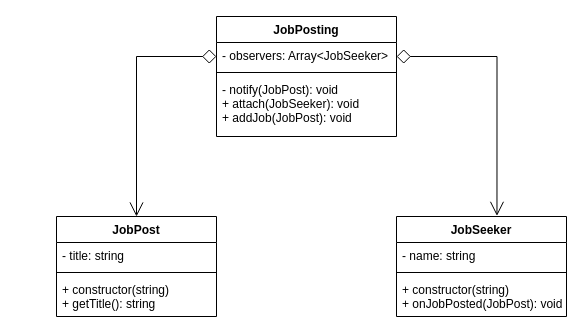
Kazantip94/Patern keeps this draw.io diagram as Behavioral/Observer/observer.drawio. Above is the earlier version. Source tidied: cells renumbered, new cells numbered last; positions are measured from the earlier drawing's top-left corner, leaving out a move shared by most shapes. Both pictures are drawn from the tidied source at 100%, with x=0, y=0 at pixel (56, 16).
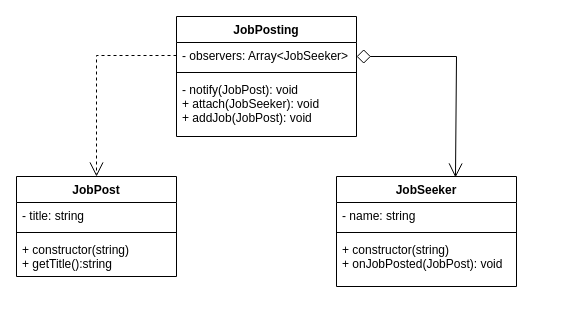
After the change.

Commit message (it also covers changes not shown here):
fix observer patern

The edit, as a diff of the source:
```diff
@@
 <mxGraphModel>
   <root>
     <mxCell id="0" />
     <mxCell id="1" parent="0" />
-    <mxCell id="2" style="edgeStyle=orthogonalEdgeStyle;rounded=0;jettySize=auto;html=1;entryX=0.591;entryY=-0.006;entryDx=0;entryDy=0;entryPerimeter=0;startArrow=diamond;startFill=0;endArrow=open;endFill=0;startSize=12;endSize=12;" parent="1" edge="1" source="4" target="12">
+    <mxCell id="2" style="edgeStyle=orthogonalEdgeStyle;rounded=0;jettySize=auto;html=1;startArrow=diamond;startFill=0;endArrow=open;endFill=0;startSize=12;endSize=12;entryX=0.661;entryY=0.009;entryDx=0;entryDy=0;entryPerimeter=0;" parent="1" edge="1" source="4" target="12">
       <mxGeometry relative="1" as="geometry">
         <Array as="points">
-          <mxPoint x="441" y="40" />
+          <mxPoint x="400" y="40" />
         </Array>
       </mxGeometry>
     </mxCell>
-    <mxCell id="3" style="edgeStyle=orthogonalEdgeStyle;rounded=0;jettySize=auto;html=1;entryX=0.5;entryY=0;entryDx=0;entryDy=0;startArrow=diamond;startFill=0;endArrow=open;endFill=0;startSize=12;endSize=12;" parent="1" edge="1" source="4" target="8">
-      <mxGeometry relative="1" as="geometry">
-        <Array as="points">
-          <mxPoint x="80" y="40" />
-        </Array>
-      </mxGeometry>
-    </mxCell>
     <mxCell id="4" value="JobPosting" style="swimlane;fontStyle=1;align=center;verticalAlign=top;horizontal=1;startSize=26;" parent="1" vertex="1">
-      <mxGeometry x="160" width="180" height="120" as="geometry" />
+      <mxGeometry x="120" width="180" height="120" as="geometry" />
     </mxCell>
     <mxCell id="5" value="- observers: Array&lt;JobSeeker&gt;" style="text;strokeColor=none;fillColor=none;align=left;verticalAlign=top;spacingLeft=4;spacingRight=4;overflow=hidden;points=[[0,0.5],[1,0.5]];portConstraint=eastwest;" parent="4" vertex="1">
       <mxGeometry y="26" width="180" height="26" as="geometry" />
     </mxCell>
-    <mxCell id="6" style="line;strokeWidth=1;fillColor=none;align=left;verticalAlign=middle;spacingTop=-1;spacingLeft=3;spacingRight=3;labelPosition=right;" parent="4" vertex="1">
-      <mxGeometry y="52" width="180" height="8" as="geometry" />
-    </mxCell>
+    <mxCell id="16" style="line;strokeWidth=1;fillColor=none;align=left;verticalAlign=middle;spacingTop=-1;spacingLeft=3;spacingRight=3;labelPosition=right;" parent="4" vertex="1">
+      <mxGeometry y="52" width="180" height="8" as="geometry" />
+    </mxCell>
     <mxCell id="7" value="- notify(JobPost): void&#10;+ attach(JobSeeker): void&#10;+ addJob(JobPost): void" style="text;strokeColor=none;fillColor=none;align=left;verticalAlign=top;spacingLeft=4;spacingRight=4;overflow=hidden;" parent="4" vertex="1">
       <mxGeometry y="60" width="180" height="60" as="geometry" />
     </mxCell>
     <mxCell id="8" value="JobPost" style="swimlane;fontStyle=1;align=center;verticalAlign=top;horizontal=1;startSize=26;" parent="1" vertex="1">
-      <mxGeometry y="200" width="160" height="100" as="geometry" />
+      <mxGeometry x="-40" y="160" width="160" height="100" as="geometry" />
     </mxCell>
     <mxCell id="9" value="- title: string" style="text;strokeColor=none;fillColor=none;align=left;verticalAlign=top;spacingLeft=4;spacingRight=4;overflow=hidden;" parent="8" vertex="1">
       <mxGeometry y="26" width="160" height="26" as="geometry" />
     </mxCell>
     <mxCell id="10" style="line;strokeWidth=1;fillColor=none;align=left;verticalAlign=middle;spacingTop=-1;spacingLeft=3;spacingRight=3;labelPosition=right;" parent="8" vertex="1">
       <mxGeometry y="52" width="160" height="8" as="geometry" />
     </mxCell>
-    <mxCell id="11" value="+ constructor(string)&#10;+ getTitle(): string" style="text;strokeColor=none;fillColor=none;align=left;verticalAlign=top;spacingLeft=4;spacingRight=4;overflow=hidden;" parent="8" vertex="1">
-      <mxGeometry y="60" width="160" height="40" as="geometry" />
-    </mxCell>
+    <mxCell id="17" value="+ constructor(string)&#10;+ getTitle():string" style="text;strokeColor=none;fillColor=none;align=left;verticalAlign=top;spacingLeft=4;spacingRight=4;overflow=hidden;" parent="8" vertex="1">
+      <mxGeometry y="60" width="160" height="40" as="geometry" />
+    </mxCell>
     <mxCell id="12" value="JobSeeker" style="swimlane;fontStyle=1;align=center;verticalAlign=top;horizontal=1;startSize=26;" parent="1" vertex="1">
-      <mxGeometry x="340" y="200" width="170" height="100" as="geometry" />
+      <mxGeometry x="280" y="160" width="180" height="110" as="geometry" />
     </mxCell>
     <mxCell id="13" value="- name: string" style="text;strokeColor=none;fillColor=none;align=left;verticalAlign=top;spacingLeft=4;spacingRight=4;overflow=hidden;" parent="12" vertex="1">
-      <mxGeometry y="26" width="170" height="26" as="geometry" />
+      <mxGeometry y="26" width="180" height="26" as="geometry" />
     </mxCell>
-    <mxCell id="14" style="line;strokeWidth=1;fillColor=none;align=left;verticalAlign=middle;spacingTop=-1;spacingLeft=3;spacingRight=3;labelPosition=right;" parent="12" vertex="1">
-      <mxGeometry y="52" width="170" height="8" as="geometry" />
-    </mxCell>
+    <mxCell id="18" style="line;strokeWidth=1;fillColor=none;align=left;verticalAlign=middle;spacingTop=-1;spacingLeft=3;spacingRight=3;labelPosition=right;" parent="12" vertex="1">
+      <mxGeometry y="52" width="180" height="8" as="geometry" />
+    </mxCell>
     <mxCell id="15" value="+ constructor(string)&#10;+ onJobPosted(JobPost): void" style="text;strokeColor=none;fillColor=none;align=left;verticalAlign=top;spacingLeft=4;spacingRight=4;overflow=hidden;" parent="12" vertex="1">
-      <mxGeometry y="60" width="170" height="40" as="geometry" />
+      <mxGeometry y="60" width="180" height="50" as="geometry" />
     </mxCell>
+    <mxCell id="19" style="edgeStyle=orthogonalEdgeStyle;rounded=0;jettySize=auto;html=1;startArrow=none;startFill=0;endArrow=open;endFill=0;startSize=12;endSize=12;dashed=1;" parent="1" edge="1" source="5" target="8">
+      <mxGeometry relative="1" as="geometry" />
+    </mxCell>
   </root>
 </mxGraphModel>
```
